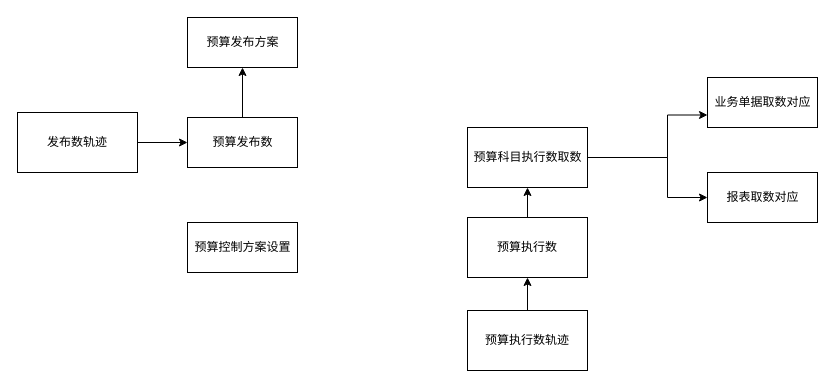
The draw.io diagram Untitled Diagram.drawio in jeffers3n/dev-diagrams, before the edit. Source tidied: cells renumbered, new cells numbered last; positions are measured from the earlier drawing's top-left corner, leaving out a move shared by most shapes. Both pictures are drawn from the tidied source at 100%, with x=0, y=0 at pixel (17, 17).
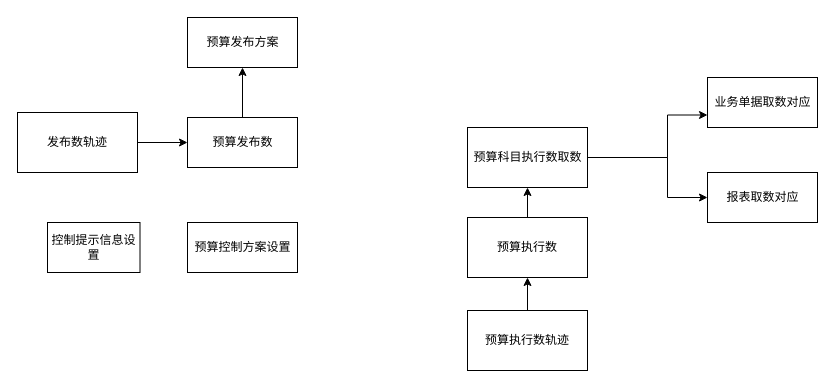
The same diagram, later.

What changed in the source:
```diff
@@
+    <mxCell id="17" value="控制提示信息设置" style="whiteSpace=wrap;html=1;fillColor=rgb(255, 255, 255);strokeColor=rgb(0, 0, 0);fontColor=rgb(0, 0, 0);" parent="1" vertex="1">
+      <mxGeometry x="30" y="205" width="92.5" height="50" as="geometry" />
+    </mxCell>
```
